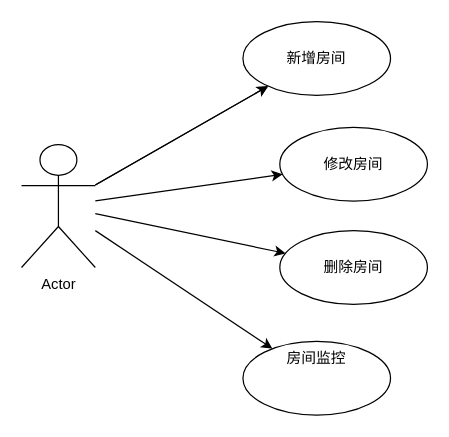
This is drawio/用户用例图.drawio from jhongxu/image-hosting, a draw.io file, before an edit. Source tidied: cells renumbered, new cells numbered last; positions are measured from the earlier drawing's top-left corner, leaving out a move shared by most shapes. Both pictures are drawn from the tidied source at 123%, with x=0, y=0 at pixel (21, 21).
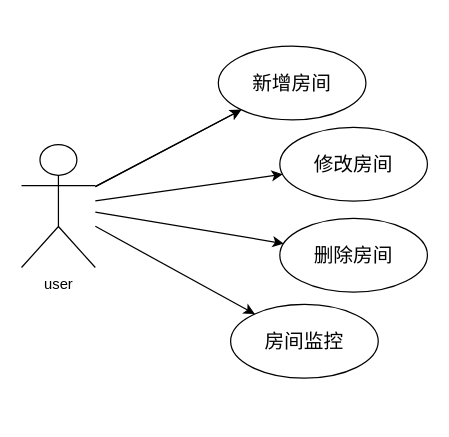
The same page after the edit.

Commit message:
更新用户用例图.drawio

What changed in the source:
```diff
@@
 <mxGraphModel>
   <root>
     <mxCell id="0" />
     <mxCell id="1" parent="0" />
     <mxCell id="2" style="rounded=0;jettySize=auto;html=1;" parent="1" edge="1" source="7" target="8">
       <mxGeometry relative="1" as="geometry" />
     </mxCell>
     <mxCell id="3" style="edgeStyle=none;rounded=0;jettySize=auto;html=1;" parent="1" edge="1" source="7" target="8">
       <mxGeometry relative="1" as="geometry" />
     </mxCell>
     <mxCell id="4" style="edgeStyle=none;rounded=0;jettySize=auto;html=1;" parent="1" edge="1" source="7" target="9">
       <mxGeometry relative="1" as="geometry" />
     </mxCell>
     <mxCell id="5" style="edgeStyle=none;rounded=0;jettySize=auto;html=1;" parent="1" edge="1" source="7" target="10">
       <mxGeometry relative="1" as="geometry" />
     </mxCell>
     <mxCell id="6" style="edgeStyle=none;rounded=0;jettySize=auto;html=1;" parent="1" edge="1" source="7" target="11">
       <mxGeometry relative="1" as="geometry" />
     </mxCell>
-    <mxCell id="7" value="Actor" style="shape=umlActor;verticalLabelPosition=bottom;verticalAlign=top;html=1;outlineConnect=0;" parent="1" vertex="1">
+    <mxCell id="7" value="user" style="shape=umlActor;verticalLabelPosition=bottom;verticalAlign=top;html=1;outlineConnect=0;" parent="1" vertex="1">
       <mxGeometry y="100" width="60" height="100" as="geometry" />
     </mxCell>
-    <mxCell id="8" value="新增房间" style="ellipse;whiteSpace=wrap;html=1;verticalAlign=middle;align=center;" parent="1" vertex="1">
-      <mxGeometry x="180" width="120" height="60" as="geometry" />
+    <mxCell id="8" value="新增房间" style="ellipse;whiteSpace=wrap;html=1;verticalAlign=middle;align=center;fontSize=16;" parent="1" vertex="1">
+      <mxGeometry x="160" y="20" width="120" height="60" as="geometry" />
     </mxCell>
-    <mxCell id="9" value="修改房间" style="ellipse;whiteSpace=wrap;html=1;verticalAlign=middle;" parent="1" vertex="1">
+    <mxCell id="9" value="修改房间" style="ellipse;whiteSpace=wrap;html=1;verticalAlign=middle;fontSize=16;" parent="1" vertex="1">
       <mxGeometry x="210" y="86" width="120" height="60" as="geometry" />
     </mxCell>
-    <mxCell id="10" value="删除房间" style="ellipse;whiteSpace=wrap;html=1;verticalAlign=middle;" parent="1" vertex="1">
-      <mxGeometry x="210" y="170" width="120" height="60" as="geometry" />
+    <mxCell id="10" value="删除房间" style="ellipse;whiteSpace=wrap;html=1;verticalAlign=middle;fontSize=16;" parent="1" vertex="1">
+      <mxGeometry x="210" y="160" width="120" height="60" as="geometry" />
     </mxCell>
-    <mxCell id="11" value="房间监控" style="ellipse;whiteSpace=wrap;html=1;verticalAlign=top;" parent="1" vertex="1">
-      <mxGeometry x="180" y="260" width="120" height="60" as="geometry" />
+    <mxCell id="11" value="房间监控" style="ellipse;whiteSpace=wrap;html=1;verticalAlign=middle;fontSize=16;" parent="1" vertex="1">
+      <mxGeometry x="170" y="230" width="120" height="60" as="geometry" />
     </mxCell>
   </root>
 </mxGraphModel>
```
